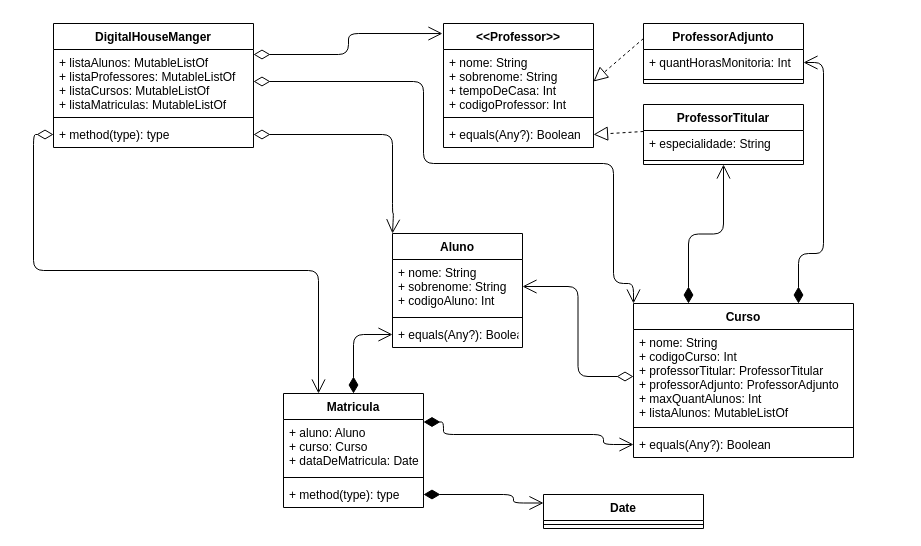
Before: UML-Desafio.drawio in GustavoSantos25/DesafioM-duloKotlin, a draw.io diagram. Source tidied: cells renumbered, new cells numbered last; positions are measured from the earlier drawing's top-left corner, leaving out a move shared by most shapes. Both pictures are drawn from the tidied source at 100%, with x=0, y=0 at pixel (33, 23).
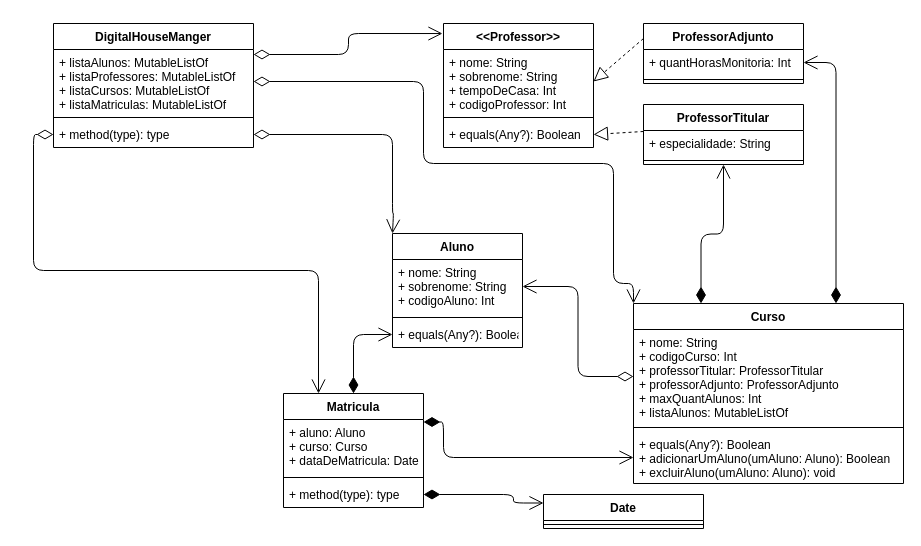
The same diagram, later.

Commit message:
Parte H - UML métodos Classe Curso

Unchanged cells that the change refers to:
```xml
<mxCell id="25" value="ProfessorTitular" style="swimlane;fontStyle=1;align=center;verticalAlign=top;horizontal=1;startSize=26;" parent="1" vertex="1">
  <mxGeometry x="610" y="81" width="160" height="60" as="geometry" />
</mxCell>
<mxCell id="29" value="+ quantHorasMonitoria: Int" style="text;strokeColor=none;fillColor=none;align=left;verticalAlign=top;spacingLeft=4;spacingRight=4;overflow=hidden;points=[[0,0.5],[1,0.5]];portConstraint=eastwest;" parent="28" vertex="1">
  <mxGeometry y="26" width="160" height="26" as="geometry" />
</mxCell>
<mxCell id="31" value="Matricula" style="swimlane;fontStyle=1;align=center;verticalAlign=top;horizontal=1;startSize=26;" parent="1" vertex="1">
  <mxGeometry x="250" y="370" width="140" height="114" as="geometry" />
</mxCell>
```

Change to the diagram source:
```diff
@@
-    <mxCell id="4" style="endArrow=open;html=1;endSize=12;startArrow=diamondThin;startSize=14;startFill=1;edgeStyle=orthogonalEdgeStyle;align=left;verticalAlign=bottom;entryX=0.5;entryY=1;entryDx=0;entryDy=0;exitX=0.25;exitY=0;exitDx=0;exitDy=0;strokeWidth=1;" parent="1" edge="1" source="36" target="25">
+    <mxCell id="4" style="endArrow=open;html=1;endSize=12;startArrow=diamondThin;startSize=14;startFill=1;edgeStyle=orthogonalEdgeStyle;align=left;verticalAlign=bottom;entryX=0.5;entryY=1;entryDx=0;entryDy=0;strokeWidth=1;exitX=0.25;exitY=0;exitDx=0;exitDy=0;" parent="1" edge="1" source="36" target="25">
       <mxGeometry x="-0.84" y="-25" relative="1" as="geometry" />
     </mxCell>
     <mxCell id="5" style="endArrow=open;html=1;endSize=12;startArrow=diamondThin;startSize=14;startFill=1;edgeStyle=orthogonalEdgeStyle;align=left;verticalAlign=bottom;strokeWidth=1;entryX=1;entryY=0.5;entryDx=0;entryDy=0;exitX=0.75;exitY=0;exitDx=0;exitDy=0;" parent="1" edge="1" source="36" target="29">
       <mxGeometry x="-0.02" y="-25" relative="1" as="geometry">
         <Array as="points">
-          <mxPoint x="765" y="230" />
-          <mxPoint x="790" y="230" />
-          <mxPoint x="790" y="39" />
+          <mxPoint x="803" y="39" />
         </Array>
       </mxGeometry>
     </mxCell>
@@
     <mxCell id="8" style="endArrow=open;html=1;endSize=12;startArrow=diamondThin;startSize=14;startFill=1;edgeStyle=orthogonalEdgeStyle;align=left;verticalAlign=bottom;strokeWidth=1;exitX=1;exitY=0.25;exitDx=0;exitDy=0;entryX=0;entryY=0.5;entryDx=0;entryDy=0;" parent="1" edge="1" source="31" target="39">
       <mxGeometry x="-0.56" y="-27" relative="1" as="geometry">
         <Array as="points">
           <mxPoint x="410" y="399" />
-          <mxPoint x="410" y="411" />
-          <mxPoint x="570" y="411" />
-          <mxPoint x="570" y="421" />
+          <mxPoint x="410" y="434" />
         </Array>
       </mxGeometry>
     </mxCell>
@@
     <mxCell id="36" value="Curso" style="swimlane;fontStyle=1;align=center;verticalAlign=top;horizontal=1;startSize=26;" parent="1" vertex="1">
-      <mxGeometry x="600" y="280" width="220" height="154" as="geometry" />
+      <mxGeometry x="600" y="280" width="270" height="180" as="geometry" />
     </mxCell>
     <mxCell id="37" value="+ nome: String&#10;+ codigoCurso: Int&#10;+ professorTitular: ProfessorTitular&#10;+ professorAdjunto: ProfessorAdjunto&#10;+ maxQuantAlunos: Int&#10;+ listaAlunos: MutableListOf" style="text;strokeColor=none;fillColor=none;align=left;verticalAlign=top;spacingLeft=4;spacingRight=4;overflow=hidden;points=[[0,0.5],[1,0.5]];portConstraint=eastwest;" parent="36" vertex="1">
-      <mxGeometry y="26" width="220" height="94" as="geometry" />
+      <mxGeometry y="26" width="270" height="94" as="geometry" />
     </mxCell>
     <mxCell id="38" style="line;strokeWidth=1;fillColor=none;align=left;verticalAlign=middle;spacingTop=-1;spacingLeft=3;spacingRight=3;labelPosition=right;" parent="36" vertex="1">
-      <mxGeometry y="120" width="220" height="8" as="geometry" />
+      <mxGeometry y="120" width="270" height="8" as="geometry" />
     </mxCell>
-    <mxCell id="39" value="+ equals(Any?): Boolean" style="text;strokeColor=none;fillColor=none;align=left;verticalAlign=top;spacingLeft=4;spacingRight=4;overflow=hidden;points=[[0,0.5],[1,0.5]];portConstraint=eastwest;" parent="36" vertex="1">
-      <mxGeometry y="128" width="220" height="26" as="geometry" />
+    <mxCell id="39" value="+ equals(Any?): Boolean&#10;+ adicionarUmAluno(umAluno: Aluno): Boolean&#10;+ excluirAluno(umAluno: Aluno): void" style="text;strokeColor=none;fillColor=none;align=left;verticalAlign=top;spacingLeft=4;spacingRight=4;overflow=hidden;points=[[0,0.5],[1,0.5]];portConstraint=eastwest;" parent="36" vertex="1">
+      <mxGeometry y="128" width="270" height="52" as="geometry" />
     </mxCell>
```
